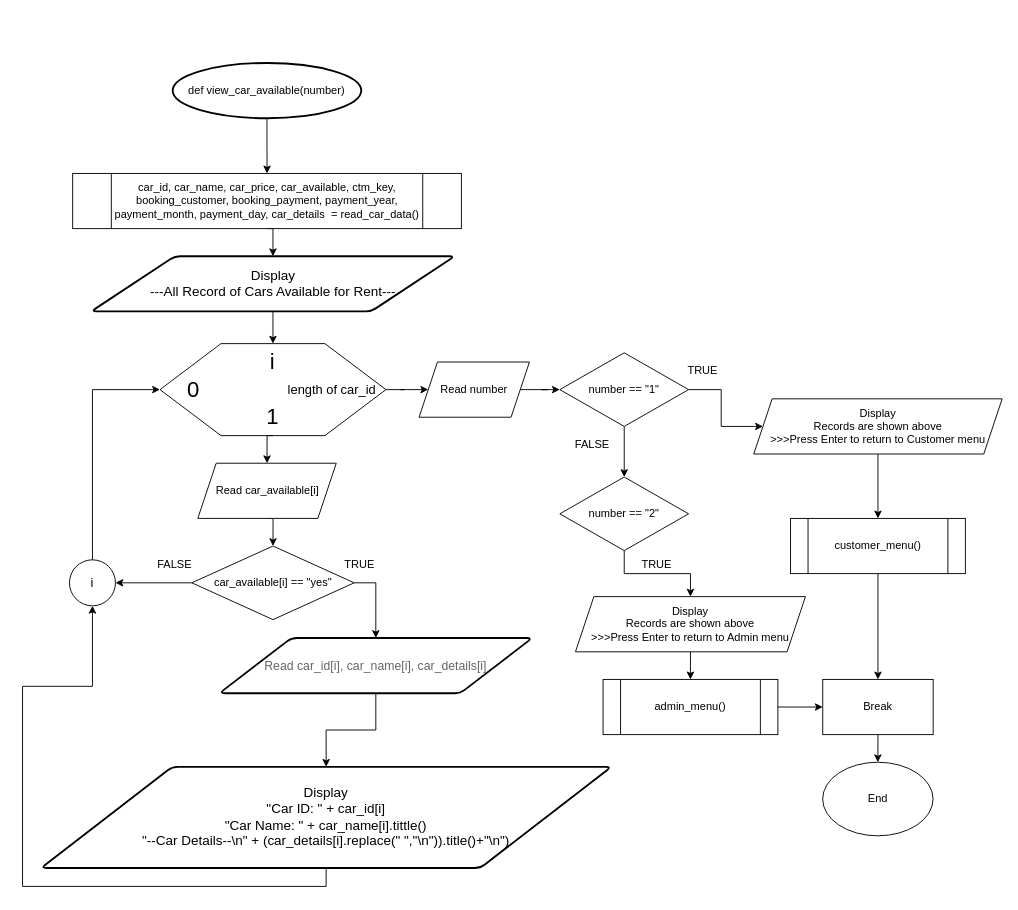
Earlier version of the draw.io diagram page "view_car_available(number)" (9 of 27) of Flowchart.drawio (LeeRenJie/python-assignment). Source tidied: cells renumbered, new cells numbered last; positions are measured from the earlier drawing's top-left corner, leaving out a move shared by most shapes. Both pictures are drawn from the tidied source at 92%, with x=0, y=0 at pixel (40, 63).
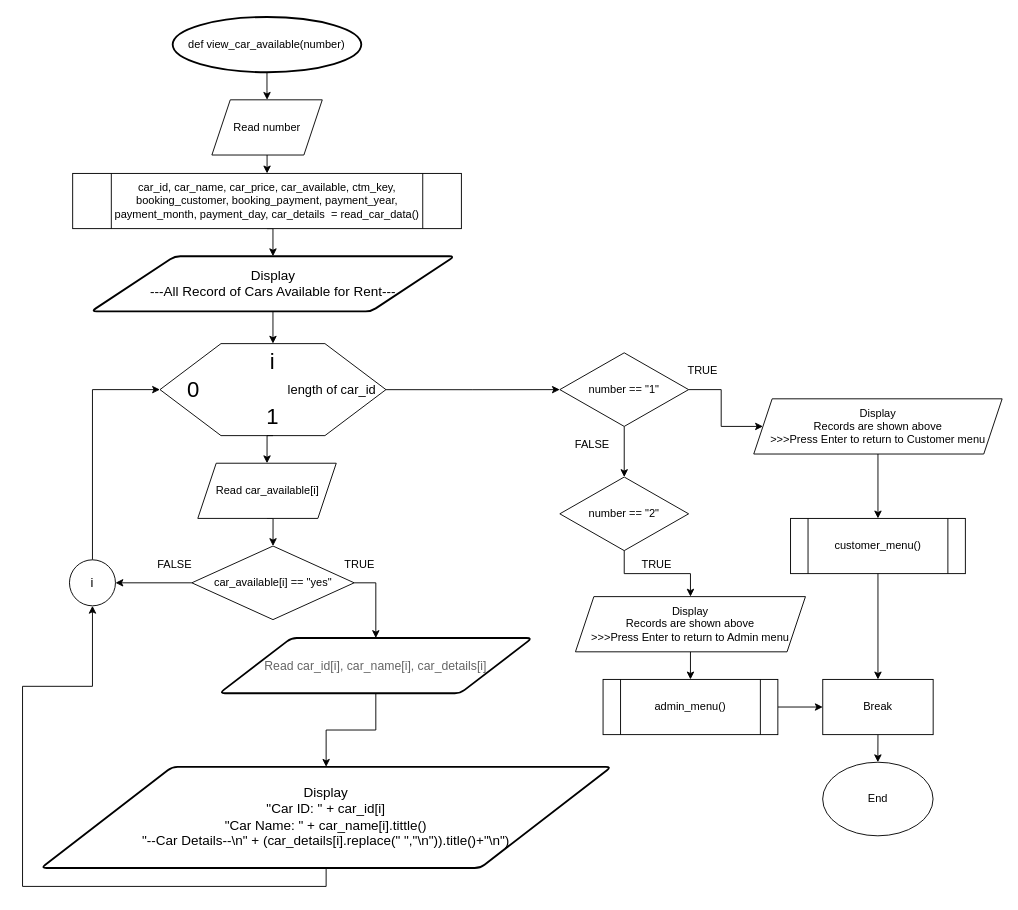
The same page after the edit.

Unchanged cells that the change refers to:
```xml
<mxCell id="8" style="verticalLabelPosition=bottom;verticalAlign=top;html=1;shape=hexagon;perimeter=hexagonPerimeter2;arcSize=6;size=0.27;" parent="7" vertex="1">
  <mxGeometry width="245.6" height="100" as="geometry" />
</mxCell>
<mxCell id="12" value="&lt;font style=&quot;font-size: 14px&quot;&gt;length of car_id&lt;/font&gt;" style="text;html=1;strokeColor=none;fillColor=none;align=center;verticalAlign=middle;whiteSpace=wrap;rounded=0;" parent="7" vertex="1">
  <mxGeometry x="128.9" y="40.5" width="116.7" height="19.1" as="geometry" />
</mxCell>
<mxCell id="13" value="car_id, car_name, car_price, car_available, ctm_key, booking_customer, booking_payment, payment_year, payment_month, payment_day, car_details&amp;nbsp; = read_car_data()" style="shape=process;whiteSpace=wrap;html=1;backgroundOutline=1;" parent="1" vertex="1">
  <mxGeometry x="34.5" y="120" width="422.5" height="60" as="geometry" />
</mxCell>
<mxCell id="28" value="number == &quot;1&quot;" style="rhombus;whiteSpace=wrap;html=1;" parent="1" vertex="1">
  <mxGeometry x="564" y="315" width="140" height="80" as="geometry" />
</mxCell>
```

Change to the diagram source:
```diff
@@
-    <mxCell id="3" style="edgeStyle=orthogonalEdgeStyle;rounded=0;jettySize=auto;html=1;" parent="1" edge="1" source="4" target="13">
+    <mxCell id="3" style="edgeStyle=orthogonalEdgeStyle;rounded=0;jettySize=auto;html=1;" parent="1" edge="1" source="34" target="13">
       <mxGeometry relative="1" as="geometry" />
     </mxCell>
     <mxCell id="4" value="def view_car_available(number)" style="strokeWidth=2;html=1;shape=mxgraph.flowchart.start_1;whiteSpace=wrap;" parent="1" vertex="1">
-      <mxGeometry x="143.2" width="205" height="60" as="geometry" />
+      <mxGeometry x="143.2" y="-50" width="205" height="60" as="geometry" />
     </mxCell>
@@
-    <mxCell id="33" style="edgeStyle=orthogonalEdgeStyle;rounded=0;jettySize=auto;html=1;exitX=1;exitY=0.5;exitDx=0;exitDy=0;entryX=0;entryY=0.5;entryDx=0;entryDy=0;" parent="1" edge="1" source="34" target="28">
-      <mxGeometry relative="1" as="geometry" />
-    </mxCell>
-    <mxCell id="34" value="Read number" style="shape=parallelogram;perimeter=parallelogramPerimeter;whiteSpace=wrap;html=1;fixedSize=1;" parent="1" vertex="1">
-      <mxGeometry x="411" y="325" width="120" height="60" as="geometry" />
-    </mxCell>
-    <mxCell id="35" style="edgeStyle=orthogonalEdgeStyle;rounded=0;jettySize=auto;html=1;exitX=1;exitY=0.5;exitDx=0;exitDy=0;entryX=0;entryY=0.5;entryDx=0;entryDy=0;" parent="1" edge="1" source="8" target="34">
-      <mxGeometry relative="1" as="geometry" />
-    </mxCell>
@@
+    <mxCell id="34" value="Read number" style="shape=parallelogram;perimeter=parallelogramPerimeter;whiteSpace=wrap;html=1;fixedSize=1;" parent="1" vertex="1">
+      <mxGeometry x="185.8" y="40" width="120" height="60" as="geometry" />
+    </mxCell>
+    <mxCell id="50" style="edgeStyle=orthogonalEdgeStyle;rounded=0;jettySize=auto;html=1;" parent="1" edge="1" source="4" target="34">
+      <mxGeometry relative="1" as="geometry" />
+    </mxCell>
+    <mxCell id="51" style="edgeStyle=orthogonalEdgeStyle;rounded=0;jettySize=auto;html=1;exitX=1;exitY=0.5;exitDx=0;exitDy=0;entryX=0;entryY=0.5;entryDx=0;entryDy=0;" parent="1" edge="1" source="12" target="28">
+      <mxGeometry relative="1" as="geometry" />
+    </mxCell>
```
